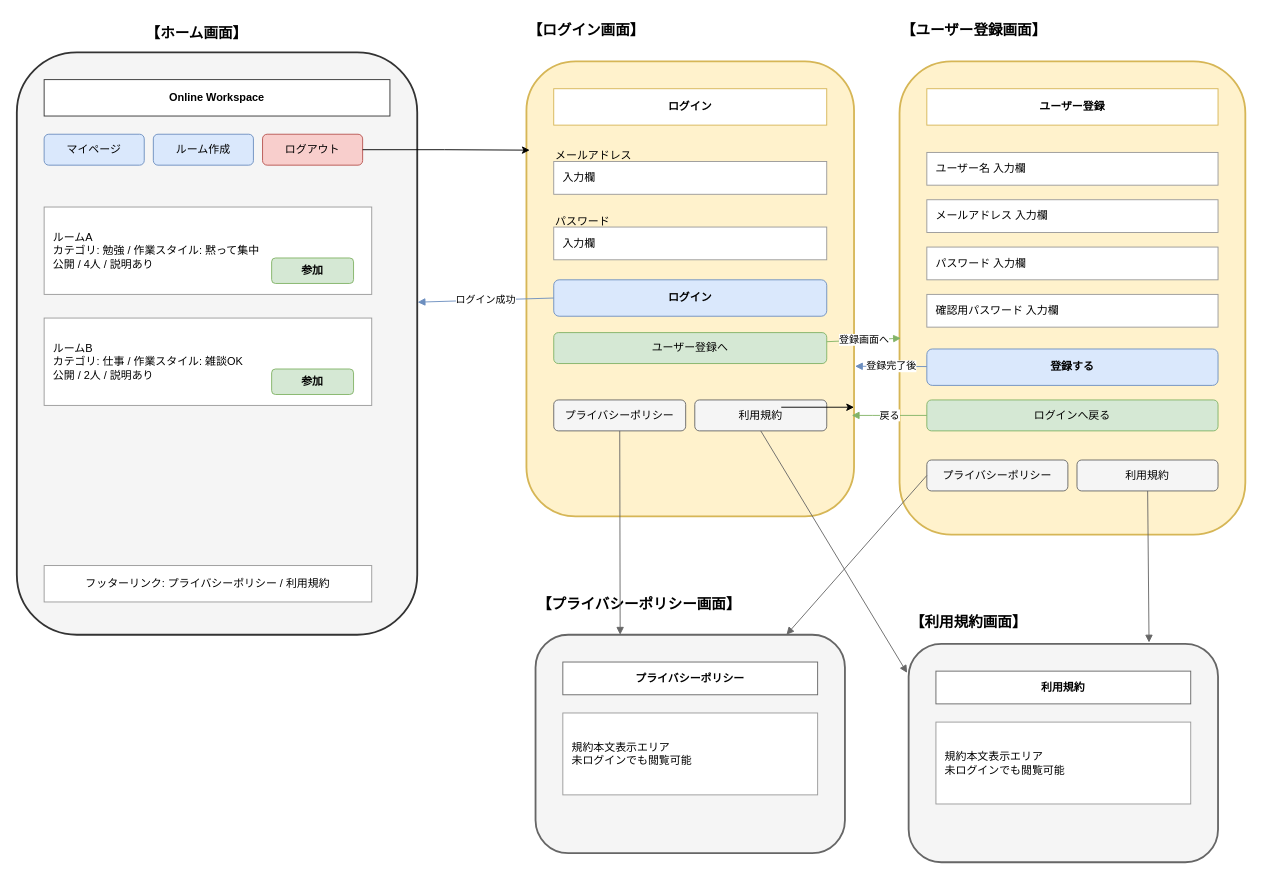
Before: page "認証・公開" (1 of 4) of docs/screen_wireframe.drawio in yuu-ux/online-workspace, a draw.io diagram. Source tidied: cells renumbered, new cells numbered last; positions are measured from the earlier drawing's top-left corner, leaving out a move shared by most shapes. Both pictures are drawn from the tidied source at 91%, with x=0, y=0 at pixel (16, 15).
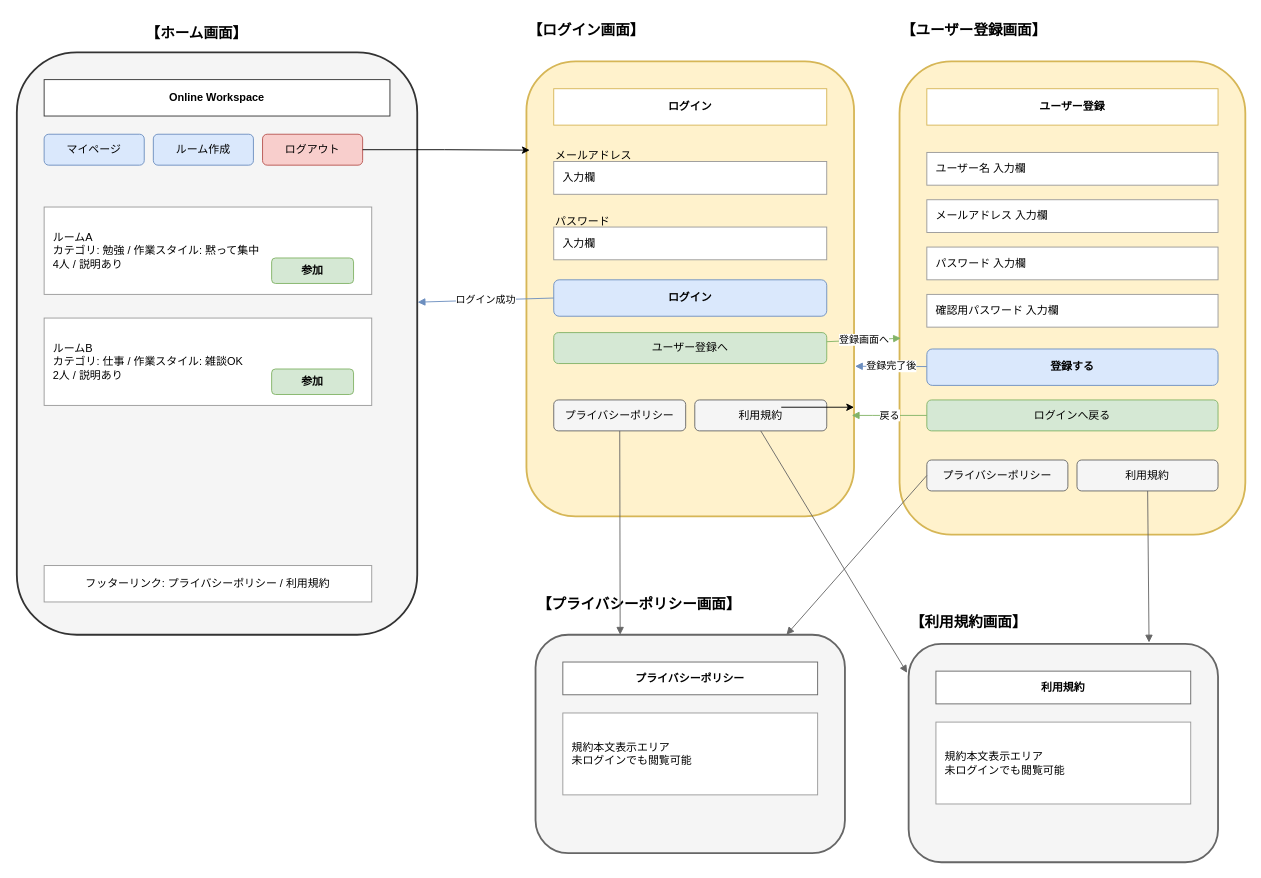
The same diagram, later.

Change to the diagram source:
```diff
@@
-    <mxCell id="46" value="ルームA&#10;カテゴリ: 勉強 / 作業スタイル: 黙って集中&#10;公開 / 4人 / 説明あり" style="rounded=0;whiteSpace=wrap;html=1;fillColor=#ffffff;strokeColor=#999999;align=left;spacingLeft=8;" parent="1" vertex="1">
+    <mxCell id="46" value="ルームA&#10;カテゴリ: 勉強 / 作業スタイル: 黙って集中&#10;4人 / 説明あり" style="rounded=0;whiteSpace=wrap;html=1;fillColor=#ffffff;strokeColor=#999999;align=left;spacingLeft=8;" parent="1" vertex="1">
       <mxGeometry x="30" y="210" width="360" height="96" as="geometry" />
     </mxCell>
@@
-    <mxCell id="48" value="ルームB&#10;カテゴリ: 仕事 / 作業スタイル: 雑談OK&#10;公開 / 2人 / 説明あり" style="rounded=0;whiteSpace=wrap;html=1;fillColor=#ffffff;strokeColor=#999999;align=left;spacingLeft=8;" parent="1" vertex="1">
+    <mxCell id="48" value="ルームB&#10;カテゴリ: 仕事 / 作業スタイル: 雑談OK&#10;2人 / 説明あり" style="rounded=0;whiteSpace=wrap;html=1;fillColor=#ffffff;strokeColor=#999999;align=left;spacingLeft=8;" parent="1" vertex="1">
       <mxGeometry x="30" y="332" width="360" height="96" as="geometry" />
     </mxCell>
```
